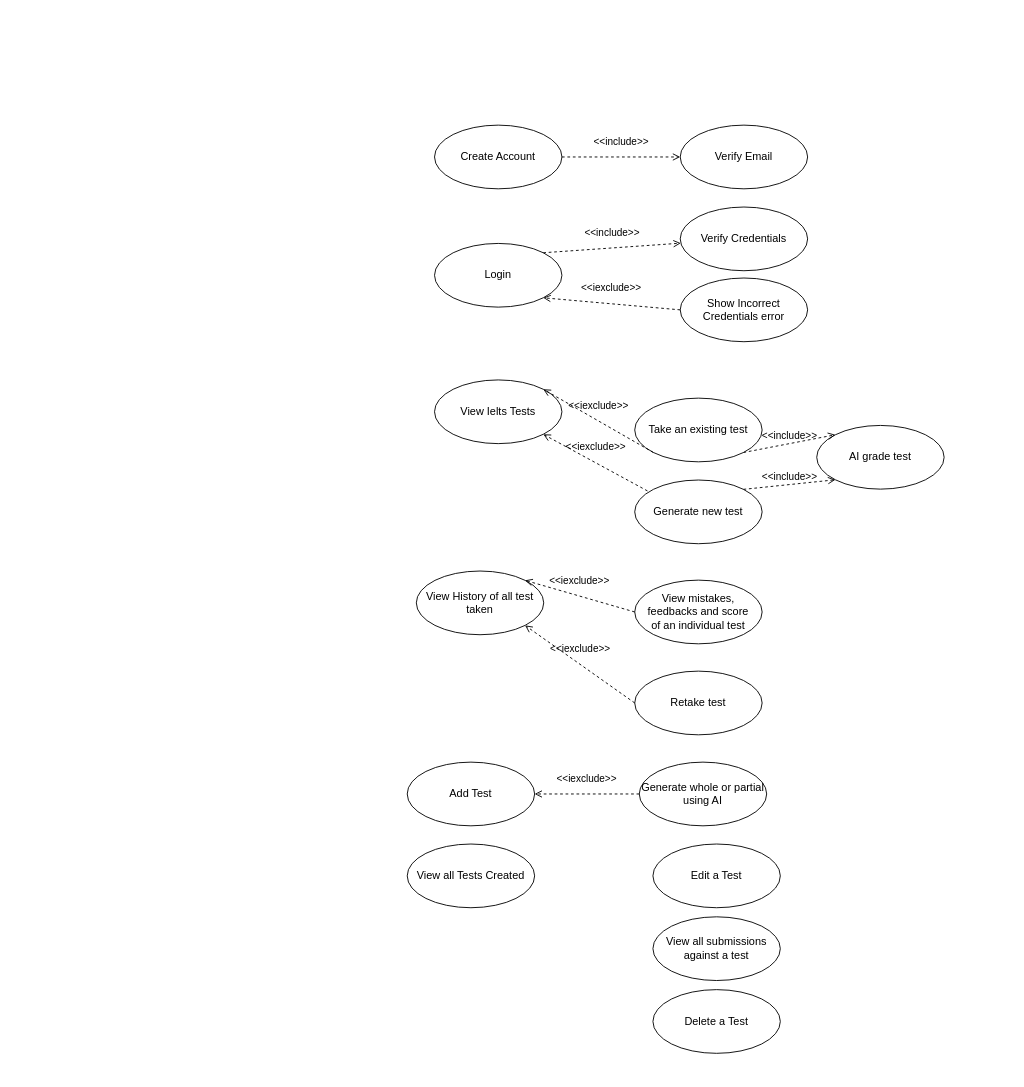
Earlier version of the draw.io diagram FYP-USE_CASE.drawio (MS1034/fyp-digrams-reports). Source tidied: cells renumbered, new cells numbered last; positions are measured from the earlier drawing's top-left corner, leaving out a move shared by most shapes. Both pictures are drawn from the tidied source at 91%, with x=0, y=0 at pixel (407, 125).
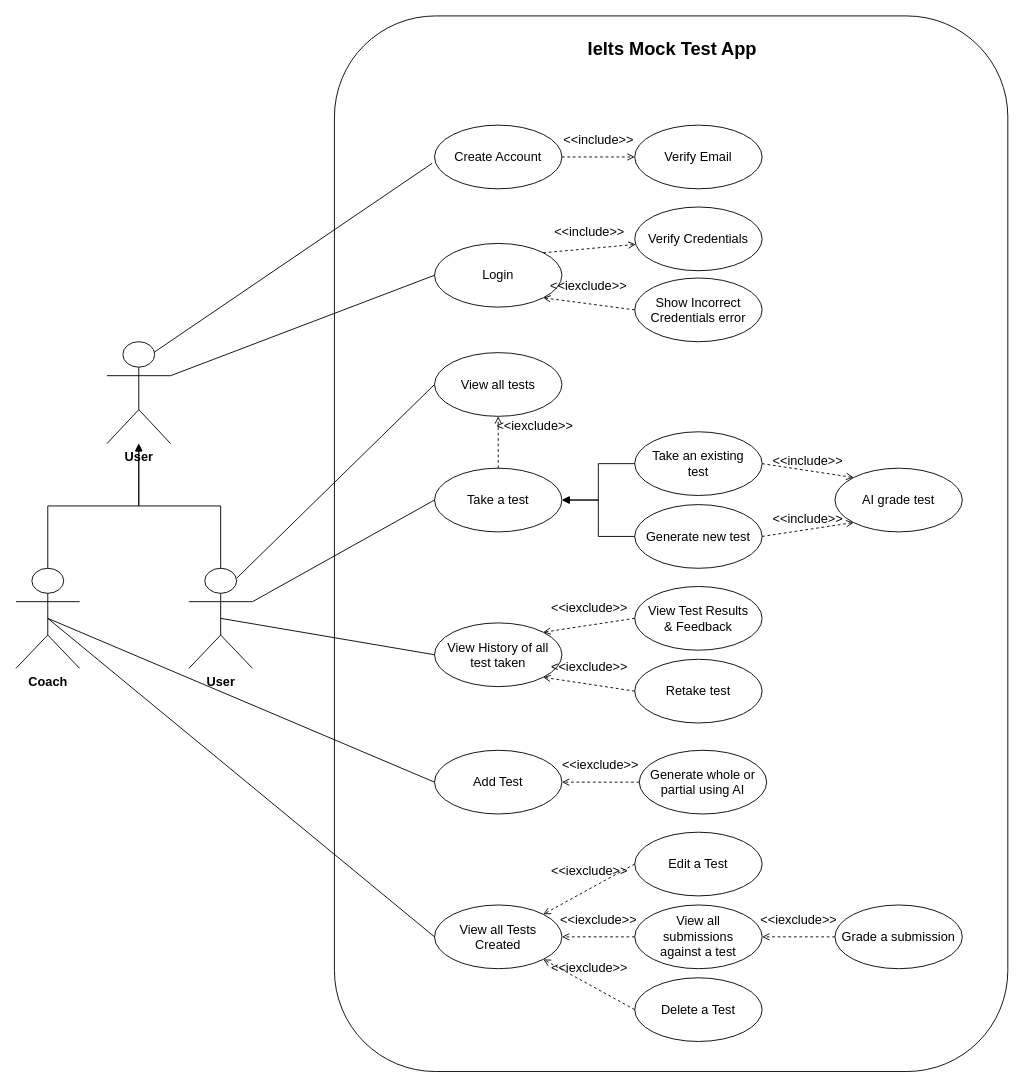
After the change.

Diff of the diagram source:
```diff
@@
+    <mxCell id="30" style="rounded=1;whiteSpace=wrap;html=1;fontSize=14;" parent="1" vertex="1">
+      <mxGeometry x="-80" y="-120" width="740" height="1160" as="geometry" />
+    </mxCell>
-    <mxCell id="2" value="Create Account" style="ellipse;whiteSpace=wrap;html=1;spacing=10;" parent="1" vertex="1">
+    <mxCell id="2" value="Create Account" style="ellipse;whiteSpace=wrap;html=1;spacing=10;fontSize=14;" parent="1" vertex="1">
       <mxGeometry x="30" width="140" height="70" as="geometry" />
     </mxCell>
-    <mxCell id="3" value="&amp;lt;&amp;lt;include&amp;gt;&amp;gt;" style="html=1;verticalAlign=bottom;labelBackgroundColor=none;endArrow=open;endFill=0;dashed=1;rounded=0;exitX=1;exitY=0.5;exitDx=0;exitDy=0;entryX=0;entryY=0.5;entryDx=0;entryDy=0;spacing=10;" parent="1" edge="1" source="2" target="4">
+    <mxCell id="3" value="&amp;lt;&amp;lt;include&amp;gt;&amp;gt;" style="html=1;verticalAlign=bottom;labelBackgroundColor=none;endArrow=open;endFill=0;dashed=1;rounded=0;exitX=1;exitY=0.5;exitDx=0;exitDy=0;entryX=0;entryY=0.5;entryDx=0;entryDy=0;spacing=10;fontSize=14;" parent="1" edge="1" source="2" target="4">
       <mxGeometry relative="1" as="geometry" />
     </mxCell>
-    <mxCell id="4" value="Verify Email" style="ellipse;whiteSpace=wrap;html=1;spacing=10;" parent="1" vertex="1">
-      <mxGeometry x="300" width="140" height="70" as="geometry" />
+    <mxCell id="4" value="Verify Email" style="ellipse;whiteSpace=wrap;html=1;spacing=10;fontSize=14;" parent="1" vertex="1">
+      <mxGeometry x="250" width="140" height="70" as="geometry" />
     </mxCell>
-    <mxCell id="5" value="Login" style="ellipse;whiteSpace=wrap;html=1;spacing=10;" parent="1" vertex="1">
+    <mxCell id="5" value="Login" style="ellipse;whiteSpace=wrap;html=1;spacing=10;fontSize=14;" parent="1" vertex="1">
       <mxGeometry x="30" y="130" width="140" height="70" as="geometry" />
     </mxCell>
-    <mxCell id="6" value="Verify Credentials" style="ellipse;whiteSpace=wrap;html=1;spacing=10;" parent="1" vertex="1">
-      <mxGeometry x="300" y="90" width="140" height="70" as="geometry" />
+    <mxCell id="6" value="Verify Credentials" style="ellipse;whiteSpace=wrap;html=1;spacing=10;fontSize=14;" parent="1" vertex="1">
+      <mxGeometry x="250" y="90" width="140" height="70" as="geometry" />
     </mxCell>
-    <mxCell id="7" value="Show Incorrect Credentials error" style="ellipse;whiteSpace=wrap;html=1;spacing=10;" parent="1" vertex="1">
-      <mxGeometry x="300" y="168" width="140" height="70" as="geometry" />
+    <mxCell id="7" value="Show Incorrect Credentials error" style="ellipse;whiteSpace=wrap;html=1;spacing=10;fontSize=14;" parent="1" vertex="1">
+      <mxGeometry x="250" y="168" width="140" height="70" as="geometry" />
     </mxCell>
-    <mxCell id="8" value="&amp;lt;&amp;lt;include&amp;gt;&amp;gt;" style="html=1;verticalAlign=bottom;labelBackgroundColor=none;endArrow=open;endFill=0;dashed=1;rounded=0;exitX=1;exitY=0;exitDx=0;exitDy=0;spacing=10;" parent="1" edge="1" source="5" target="6">
+    <mxCell id="8" value="&amp;lt;&amp;lt;include&amp;gt;&amp;gt;" style="html=1;verticalAlign=bottom;labelBackgroundColor=none;endArrow=open;endFill=0;dashed=1;rounded=0;exitX=1;exitY=0;exitDx=0;exitDy=0;spacing=10;fontSize=14;" parent="1" edge="1" source="5" target="6">
       <mxGeometry relative="1" as="geometry" />
     </mxCell>
-    <mxCell id="9" value="&amp;lt;&amp;lt;iexclude&amp;gt;&amp;gt;" style="html=1;verticalAlign=bottom;labelBackgroundColor=none;endArrow=open;endFill=0;dashed=1;rounded=0;exitX=0;exitY=0.5;exitDx=0;exitDy=0;entryX=1;entryY=1;entryDx=0;entryDy=0;spacing=10;" parent="1" edge="1" source="7" target="5">
+    <mxCell id="9" value="&amp;lt;&amp;lt;iexclude&amp;gt;&amp;gt;" style="html=1;verticalAlign=bottom;labelBackgroundColor=none;endArrow=open;endFill=0;dashed=1;rounded=0;exitX=0;exitY=0.5;exitDx=0;exitDy=0;entryX=1;entryY=1;entryDx=0;entryDy=0;spacing=10;fontSize=14;" parent="1" edge="1" source="7" target="5">
       <mxGeometry relative="1" as="geometry" />
     </mxCell>
-    <mxCell id="10" value="View Ielts Tests" style="ellipse;whiteSpace=wrap;html=1;spacing=10;" parent="1" vertex="1">
-      <mxGeometry x="30" y="280" width="140" height="70" as="geometry" />
+    <mxCell id="10" value="Take a test" style="ellipse;whiteSpace=wrap;html=1;spacing=10;fontSize=14;" parent="1" vertex="1">
+      <mxGeometry x="30" y="377" width="140" height="70" as="geometry" />
     </mxCell>
-    <mxCell id="11" value="Take an existing test" style="ellipse;whiteSpace=wrap;html=1;spacing=10;" parent="1" vertex="1">
-      <mxGeometry x="250" y="300" width="140" height="70" as="geometry" />
+    <mxCell id="11" value="Take an existing test" style="ellipse;whiteSpace=wrap;html=1;spacing=10;fontSize=14;" parent="1" vertex="1">
+      <mxGeometry x="250" y="337" width="140" height="70" as="geometry" />
     </mxCell>
-    <mxCell id="12" value="Generate new test" style="ellipse;whiteSpace=wrap;html=1;spacing=10;" parent="1" vertex="1">
-      <mxGeometry x="250" y="390" width="140" height="70" as="geometry" />
+    <mxCell id="12" value="Generate new test" style="ellipse;whiteSpace=wrap;html=1;spacing=10;fontSize=14;" parent="1" vertex="1">
+      <mxGeometry x="250" y="417" width="140" height="70" as="geometry" />
     </mxCell>
-    <mxCell id="13" value="&amp;lt;&amp;lt;iexclude&amp;gt;&amp;gt;" style="html=1;verticalAlign=bottom;labelBackgroundColor=none;endArrow=open;endFill=0;dashed=1;rounded=0;exitX=0;exitY=1;exitDx=0;exitDy=0;entryX=1;entryY=0;entryDx=0;entryDy=0;spacing=10;" parent="1" edge="1" source="11" target="10">
+    <mxCell id="13" style="html=1;verticalAlign=bottom;labelBackgroundColor=none;endArrow=block;endFill=1;rounded=0;exitX=0;exitY=0.5;exitDx=0;exitDy=0;entryX=1;entryY=0.5;entryDx=0;entryDy=0;spacing=10;edgeStyle=orthogonalEdgeStyle;fontSize=14;" parent="1" edge="1" source="11" target="10">
       <mxGeometry relative="1" as="geometry" />
     </mxCell>
-    <mxCell id="14" value="&amp;lt;&amp;lt;iexclude&amp;gt;&amp;gt;" style="html=1;verticalAlign=bottom;labelBackgroundColor=none;endArrow=open;endFill=0;dashed=1;rounded=0;exitX=0.1;exitY=0.171;exitDx=0;exitDy=0;entryX=1;entryY=1;entryDx=0;entryDy=0;exitPerimeter=0;spacing=10;" parent="1" edge="1" source="12" target="10">
+    <mxCell id="14" style="html=1;verticalAlign=bottom;labelBackgroundColor=none;endArrow=block;endFill=1;rounded=0;exitX=0;exitY=0.5;exitDx=0;exitDy=0;spacing=10;entryX=1;entryY=0.5;entryDx=0;entryDy=0;edgeStyle=orthogonalEdgeStyle;fontSize=14;" parent="1" edge="1" source="12" target="10">
       <mxGeometry relative="1" as="geometry" />
     </mxCell>
-    <mxCell id="15" value="AI grade test" style="ellipse;whiteSpace=wrap;html=1;spacing=10;" parent="1" vertex="1">
-      <mxGeometry x="450" y="330" width="140" height="70" as="geometry" />
+    <mxCell id="15" value="AI grade test" style="ellipse;whiteSpace=wrap;html=1;spacing=10;fontSize=14;" parent="1" vertex="1">
+      <mxGeometry x="470" y="377" width="140" height="70" as="geometry" />
     </mxCell>
-    <mxCell id="16" value="View History of all test taken" style="ellipse;whiteSpace=wrap;html=1;spacing=10;" parent="1" vertex="1">
-      <mxGeometry x="10" y="490" width="140" height="70" as="geometry" />
+    <mxCell id="16" value="View History of all test taken" style="ellipse;whiteSpace=wrap;html=1;spacing=10;fontSize=14;" parent="1" vertex="1">
+      <mxGeometry x="30" y="547" width="140" height="70" as="geometry" />
     </mxCell>
-    <mxCell id="17" value="View mistakes, feedbacks and score of an individual test" style="ellipse;whiteSpace=wrap;html=1;spacing=10;" parent="1" vertex="1">
-      <mxGeometry x="250" y="500" width="140" height="70" as="geometry" />
+    <mxCell id="17" value="View Test Results &amp;amp; Feedback" style="ellipse;whiteSpace=wrap;html=1;spacing=10;fontSize=14;" parent="1" vertex="1">
+      <mxGeometry x="250" y="507" width="140" height="70" as="geometry" />
     </mxCell>
-    <mxCell id="18" value="Retake test" style="ellipse;whiteSpace=wrap;html=1;" parent="1" vertex="1">
-      <mxGeometry x="250" y="600" width="140" height="70" as="geometry" />
+    <mxCell id="18" value="Retake test" style="ellipse;whiteSpace=wrap;html=1;fontSize=14;" parent="1" vertex="1">
+      <mxGeometry x="250" y="587" width="140" height="70" as="geometry" />
     </mxCell>
-    <mxCell id="19" value="&amp;lt;&amp;lt;include&amp;gt;&amp;gt;" style="html=1;verticalAlign=bottom;labelBackgroundColor=none;endArrow=open;endFill=0;dashed=1;rounded=0;exitX=1;exitY=1;exitDx=0;exitDy=0;entryX=0;entryY=0;entryDx=0;entryDy=0;" parent="1" edge="1" source="11" target="15">
+    <mxCell id="19" value="&amp;lt;&amp;lt;include&amp;gt;&amp;gt;" style="html=1;verticalAlign=bottom;labelBackgroundColor=none;endArrow=open;endFill=0;dashed=1;rounded=0;exitX=1;exitY=0.5;exitDx=0;exitDy=0;entryX=0;entryY=0;entryDx=0;entryDy=0;fontSize=14;" parent="1" edge="1" source="11" target="15">
       <mxGeometry relative="1" as="geometry" />
     </mxCell>
-    <mxCell id="20" value="&amp;lt;&amp;lt;include&amp;gt;&amp;gt;" style="html=1;verticalAlign=bottom;labelBackgroundColor=none;endArrow=open;endFill=0;dashed=1;rounded=0;exitX=1;exitY=0;exitDx=0;exitDy=0;entryX=0;entryY=1;entryDx=0;entryDy=0;" parent="1" edge="1" source="12" target="15">
+    <mxCell id="20" value="&amp;lt;&amp;lt;include&amp;gt;&amp;gt;" style="html=1;verticalAlign=bottom;labelBackgroundColor=none;endArrow=open;endFill=0;dashed=1;rounded=0;exitX=1;exitY=0.5;exitDx=0;exitDy=0;entryX=0;entryY=1;entryDx=0;entryDy=0;fontSize=14;" parent="1" edge="1" source="12" target="15">
       <mxGeometry relative="1" as="geometry" />
     </mxCell>
-    <mxCell id="21" value="&amp;lt;&amp;lt;iexclude&amp;gt;&amp;gt;" style="html=1;verticalAlign=bottom;labelBackgroundColor=none;endArrow=open;endFill=0;dashed=1;rounded=0;exitX=0;exitY=0.5;exitDx=0;exitDy=0;entryX=1;entryY=0;entryDx=0;entryDy=0;spacing=10;" parent="1" edge="1" source="17" target="16">
+    <mxCell id="21" value="&amp;lt;&amp;lt;iexclude&amp;gt;&amp;gt;" style="html=1;verticalAlign=bottom;labelBackgroundColor=none;endArrow=open;endFill=0;dashed=1;rounded=0;exitX=0;exitY=0.5;exitDx=0;exitDy=0;entryX=1;entryY=0;entryDx=0;entryDy=0;spacing=10;fontSize=14;" parent="1" edge="1" source="17" target="16">
       <mxGeometry relative="1" as="geometry" />
     </mxCell>
-    <mxCell id="22" value="&amp;lt;&amp;lt;iexclude&amp;gt;&amp;gt;" style="html=1;verticalAlign=bottom;labelBackgroundColor=none;endArrow=open;endFill=0;dashed=1;rounded=0;exitX=0;exitY=0.5;exitDx=0;exitDy=0;entryX=1;entryY=1;entryDx=0;entryDy=0;spacing=10;" parent="1" edge="1" source="18" target="16">
+    <mxCell id="22" value="&amp;lt;&amp;lt;iexclude&amp;gt;&amp;gt;" style="html=1;verticalAlign=bottom;labelBackgroundColor=none;endArrow=open;endFill=0;dashed=1;rounded=0;exitX=0;exitY=0.5;exitDx=0;exitDy=0;entryX=1;entryY=1;entryDx=0;entryDy=0;spacing=10;fontSize=14;" parent="1" edge="1" source="18" target="16">
       <mxGeometry relative="1" as="geometry" />
     </mxCell>
-    <mxCell id="23" value="Add Test" style="ellipse;whiteSpace=wrap;html=1;" parent="1" vertex="1">
-      <mxGeometry y="700" width="140" height="70" as="geometry" />
+    <mxCell id="23" value="Add Test" style="ellipse;whiteSpace=wrap;html=1;fontSize=14;" parent="1" vertex="1">
+      <mxGeometry x="30" y="687" width="140" height="70" as="geometry" />
     </mxCell>
-    <mxCell id="24" value="Generate whole or partial using AI" style="ellipse;whiteSpace=wrap;html=1;" parent="1" vertex="1">
-      <mxGeometry x="255" y="700" width="140" height="70" as="geometry" />
+    <mxCell id="24" value="Generate whole or partial using AI" style="ellipse;whiteSpace=wrap;html=1;spacing=7;fontSize=14;" parent="1" vertex="1">
+      <mxGeometry x="255" y="687" width="140" height="70" as="geometry" />
     </mxCell>
-    <mxCell id="25" value="&amp;lt;&amp;lt;iexclude&amp;gt;&amp;gt;" style="html=1;verticalAlign=bottom;labelBackgroundColor=none;endArrow=open;endFill=0;dashed=1;rounded=0;exitX=0;exitY=0.5;exitDx=0;exitDy=0;entryX=1;entryY=0.5;entryDx=0;entryDy=0;spacing=10;" parent="1" edge="1" source="24" target="23">
+    <mxCell id="25" value="&amp;lt;&amp;lt;iexclude&amp;gt;&amp;gt;" style="html=1;verticalAlign=bottom;labelBackgroundColor=none;endArrow=open;endFill=0;dashed=1;rounded=0;exitX=0;exitY=0.5;exitDx=0;exitDy=0;entryX=1;entryY=0.5;entryDx=0;entryDy=0;spacing=10;fontSize=14;" parent="1" edge="1" source="24" target="23">
       <mxGeometry relative="1" as="geometry" />
     </mxCell>
-    <mxCell id="26" value="View all Tests Created" style="ellipse;whiteSpace=wrap;html=1;" parent="1" vertex="1">
-      <mxGeometry y="790" width="140" height="70" as="geometry" />
+    <mxCell id="26" value="View all Tests Created" style="ellipse;whiteSpace=wrap;html=1;fontSize=14;spacing=6;" parent="1" vertex="1">
+      <mxGeometry x="30" y="857" width="140" height="70" as="geometry" />
     </mxCell>
-    <mxCell id="27" value="Edit a Test" style="ellipse;whiteSpace=wrap;html=1;" parent="1" vertex="1">
-      <mxGeometry x="270" y="790" width="140" height="70" as="geometry" />
+    <mxCell id="27" value="Edit a Test" style="ellipse;whiteSpace=wrap;html=1;fontSize=14;" parent="1" vertex="1">
+      <mxGeometry x="250" y="777" width="140" height="70" as="geometry" />
     </mxCell>
-    <mxCell id="28" value="Delete a Test" style="ellipse;whiteSpace=wrap;html=1;" parent="1" vertex="1">
-      <mxGeometry x="270" y="950" width="140" height="70" as="geometry" />
+    <mxCell id="28" value="Delete a Test" style="ellipse;whiteSpace=wrap;html=1;fontSize=14;" parent="1" vertex="1">
+      <mxGeometry x="250" y="937" width="140" height="70" as="geometry" />
     </mxCell>
-    <mxCell id="29" value="View all submissions against a test" style="ellipse;whiteSpace=wrap;html=1;" parent="1" vertex="1">
-      <mxGeometry x="270" y="870" width="140" height="70" as="geometry" />
+    <mxCell id="29" value="View all submissions against a test" style="ellipse;whiteSpace=wrap;html=1;fontSize=14;spacing=8;" parent="1" vertex="1">
+      <mxGeometry x="250" y="857" width="140" height="70" as="geometry" />
     </mxCell>
+    <mxCell id="31" value="&amp;lt;&amp;lt;iexclude&amp;gt;&amp;gt;" style="html=1;verticalAlign=bottom;labelBackgroundColor=none;endArrow=open;endFill=0;dashed=1;rounded=0;exitX=0;exitY=0.5;exitDx=0;exitDy=0;entryX=1;entryY=0;entryDx=0;entryDy=0;spacing=10;fontSize=14;" parent="1" edge="1" source="27" target="26">
+      <mxGeometry relative="1" as="geometry" />
+    </mxCell>
+    <mxCell id="32" value="&amp;lt;&amp;lt;iexclude&amp;gt;&amp;gt;" style="html=1;verticalAlign=bottom;labelBackgroundColor=none;endArrow=open;endFill=0;dashed=1;rounded=0;exitX=0;exitY=0.5;exitDx=0;exitDy=0;entryX=1;entryY=0.5;entryDx=0;entryDy=0;spacing=10;fontSize=14;" parent="1" edge="1" source="29" target="26">
+      <mxGeometry relative="1" as="geometry" />
+    </mxCell>
+    <mxCell id="33" value="&amp;lt;&amp;lt;iexclude&amp;gt;&amp;gt;" style="html=1;verticalAlign=bottom;labelBackgroundColor=none;endArrow=open;endFill=0;dashed=1;rounded=0;exitX=0;exitY=0.5;exitDx=0;exitDy=0;entryX=1;entryY=1;entryDx=0;entryDy=0;spacing=10;fontSize=14;" parent="1" edge="1" source="28" target="26">
+      <mxGeometry relative="1" as="geometry" />
+    </mxCell>
+    <mxCell id="34" value="&lt;b style=&quot;font-size: 20px;&quot;&gt;&lt;font style=&quot;font-size: 20px;&quot;&gt;Ielts Mock Test App&lt;/font&gt;&lt;/b&gt;" style="text;html=1;align=center;verticalAlign=middle;strokeColor=none;fillColor=none;fontSize=20;" parent="1" vertex="1">
+      <mxGeometry x="186" y="-105" width="210" height="40" as="geometry" />
+    </mxCell>
+    <mxCell id="35" style="rounded=0;jettySize=auto;html=1;exitX=0.5;exitY=0.5;exitDx=0;exitDy=0;exitPerimeter=0;entryX=0;entryY=0.5;entryDx=0;entryDy=0;endArrow=none;endFill=0;fontSize=14;" parent="1" edge="1" source="37" target="23">
+      <mxGeometry relative="1" as="geometry" />
+    </mxCell>
+    <mxCell id="36" style="rounded=0;jettySize=auto;html=1;exitX=0.5;exitY=0.5;exitDx=0;exitDy=0;exitPerimeter=0;entryX=0;entryY=0.5;entryDx=0;entryDy=0;endArrow=none;endFill=0;fontSize=14;" parent="1" edge="1" source="37" target="26">
+      <mxGeometry relative="1" as="geometry" />
+    </mxCell>
+    <mxCell id="37" value="Coach" style="shape=umlActor;verticalLabelPosition=bottom;verticalAlign=top;html=1;outlineConnect=0;fontSize=14;fontStyle=1;" parent="1" vertex="1">
+      <mxGeometry x="-430" y="487" width="70" height="110" as="geometry" />
+    </mxCell>
+    <mxCell id="38" value="&lt;font style=&quot;font-size: 14px;&quot;&gt;&lt;b style=&quot;font-size: 14px;&quot;&gt;User&lt;/b&gt;&lt;/font&gt;" style="shape=umlActor;verticalLabelPosition=bottom;verticalAlign=top;html=1;outlineConnect=0;fontSize=14;" parent="1" vertex="1">
+      <mxGeometry x="-330" y="238" width="70" height="112" as="geometry" />
+    </mxCell>
+    <mxCell id="39" value="View all tests" style="ellipse;whiteSpace=wrap;html=1;spacing=10;fontSize=14;" parent="1" vertex="1">
+      <mxGeometry x="30" y="250" width="140" height="70" as="geometry" />
+    </mxCell>
+    <mxCell id="40" value="&amp;lt;&amp;lt;iexclude&amp;gt;&amp;gt;" style="html=1;verticalAlign=bottom;labelBackgroundColor=none;endArrow=open;endFill=0;dashed=1;rounded=0;exitX=0.5;exitY=0;exitDx=0;exitDy=0;entryX=0.5;entryY=1;entryDx=0;entryDy=0;spacing=10;fontSize=14;" parent="1" edge="1" source="10" target="39">
+      <mxGeometry x="-0.05" y="-40" relative="1" as="geometry" />
+    </mxCell>
+    <mxCell id="41" value="Grade a submission" style="ellipse;whiteSpace=wrap;html=1;fontSize=14;" parent="1" vertex="1">
+      <mxGeometry x="470" y="857" width="140" height="70" as="geometry" />
+    </mxCell>
+    <mxCell id="42" value="&amp;lt;&amp;lt;iexclude&amp;gt;&amp;gt;" style="html=1;verticalAlign=bottom;labelBackgroundColor=none;endArrow=open;endFill=0;dashed=1;rounded=0;exitX=0;exitY=0.5;exitDx=0;exitDy=0;spacing=10;entryX=1;entryY=0.5;entryDx=0;entryDy=0;fontSize=14;" parent="1" edge="1" source="41" target="29">
+      <mxGeometry relative="1" as="geometry" />
+    </mxCell>
+    <mxCell id="43" style="rounded=0;jettySize=auto;html=1;entryX=-0.019;entryY=0.6;entryDx=0;entryDy=0;entryPerimeter=0;endArrow=none;endFill=0;exitX=0.75;exitY=0.1;exitDx=0;exitDy=0;exitPerimeter=0;fontSize=14;" parent="1" edge="1" source="38" target="2">
+      <mxGeometry relative="1" as="geometry" />
+    </mxCell>
+    <mxCell id="44" style="rounded=0;jettySize=auto;html=1;entryX=0;entryY=0.5;entryDx=0;entryDy=0;endArrow=none;endFill=0;exitX=1;exitY=0.3333333333333333;exitDx=0;exitDy=0;exitPerimeter=0;fontSize=14;" parent="1" edge="1" source="38" target="5">
+      <mxGeometry relative="1" as="geometry" />
+    </mxCell>
+    <mxCell id="45" style="rounded=0;jettySize=auto;html=1;entryX=0;entryY=0.5;entryDx=0;entryDy=0;endArrow=none;endFill=0;exitX=0.75;exitY=0.1;exitDx=0;exitDy=0;exitPerimeter=0;fontSize=14;" parent="1" edge="1" source="46" target="39">
+      <mxGeometry relative="1" as="geometry" />
+    </mxCell>
+    <mxCell id="46" value="User" style="shape=umlActor;verticalLabelPosition=bottom;verticalAlign=top;html=1;outlineConnect=0;fontSize=14;fontStyle=1;" parent="1" vertex="1">
+      <mxGeometry x="-240" y="487" width="70" height="110" as="geometry" />
+    </mxCell>
+    <mxCell id="47" style="rounded=0;jettySize=auto;html=1;entryX=0;entryY=0.5;entryDx=0;entryDy=0;endArrow=none;endFill=0;exitX=1;exitY=0.3333333333333333;exitDx=0;exitDy=0;exitPerimeter=0;fontSize=14;" parent="1" edge="1" source="46" target="10">
+      <mxGeometry relative="1" as="geometry" />
+    </mxCell>
+    <mxCell id="48" style="rounded=0;jettySize=auto;html=1;entryX=0;entryY=0.5;entryDx=0;entryDy=0;endArrow=none;endFill=0;exitX=0.5;exitY=0.5;exitDx=0;exitDy=0;exitPerimeter=0;fontSize=14;" parent="1" edge="1" source="46" target="16">
+      <mxGeometry relative="1" as="geometry" />
+    </mxCell>
+    <mxCell id="49" style="html=1;verticalAlign=bottom;labelBackgroundColor=none;endArrow=block;endFill=1;rounded=0;exitX=0.5;exitY=0;exitDx=0;exitDy=0;spacing=10;edgeStyle=orthogonalEdgeStyle;exitPerimeter=0;fontSize=14;" parent="1" edge="1" source="37" target="38">
+      <mxGeometry relative="1" as="geometry" />
+    </mxCell>
+    <mxCell id="50" style="html=1;verticalAlign=bottom;labelBackgroundColor=none;endArrow=block;endFill=1;rounded=0;exitX=0.5;exitY=0;exitDx=0;exitDy=0;spacing=10;edgeStyle=orthogonalEdgeStyle;exitPerimeter=0;fontSize=14;" parent="1" edge="1" source="46" target="38">
+      <mxGeometry relative="1" as="geometry" />
+    </mxCell>
```
